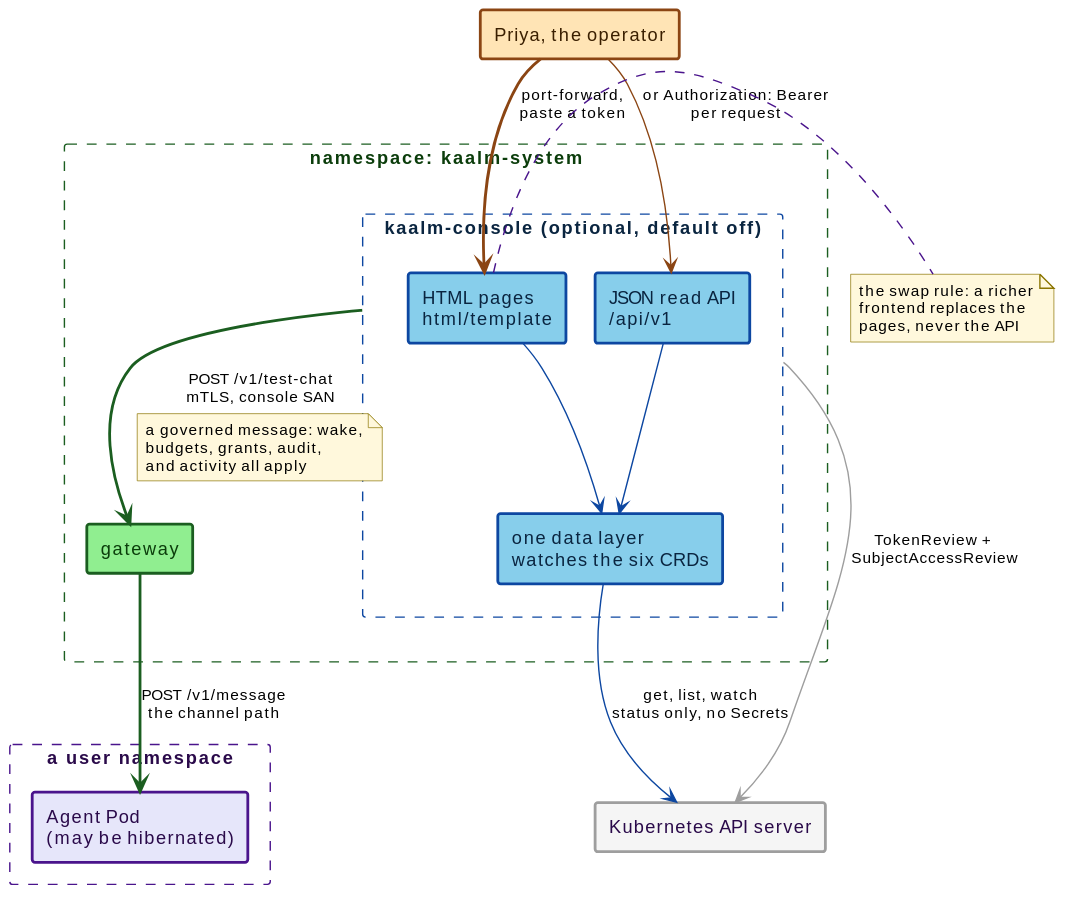
Earlier version of the PlantUML export docs/src/diagrams/console-overview.svg (win07xp/kaalm).
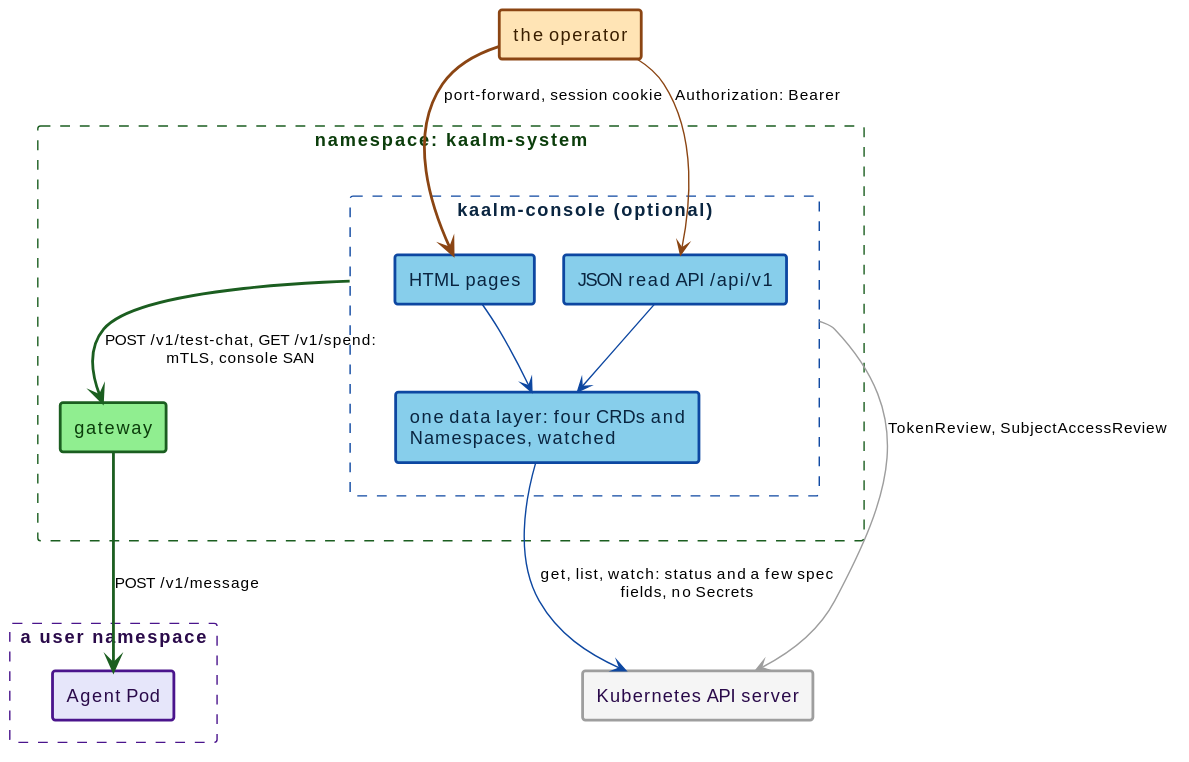
The same diagram one commit later.

Change to the diagram source:
```diff
@@ -1,49 +1,29 @@
 @startuml
 !include _style.puml
-
 skinparam nodesep 20
 skinparam ranksep 36
 skinparam rectangle {
   roundCorner 4
 }
-
-rectangle "Priya, the operator" as priya #back:FFE4B5;line:8B4513;line.bold;text:3a1f00
-
+rectangle "the operator" as priya #back:FFE4B5;line:8B4513;line.bold;text:3a1f00
 rectangle "namespace: kaalm-system" as nssys #line:1B5E20;line.dashed;text:0b3d0b {
-  rectangle "kaalm-console (optional, default off)" as consolebox #line:0D47A1;line.dashed;text:0a2540 {
-    rectangle "HTML pages\nhtml/template" as pages #back:87CEEB;line:0D47A1;line.bold;text:0a2540
-    rectangle "JSON read API\n/api/v1" as api #back:87CEEB;line:0D47A1;line.bold;text:0a2540
-    rectangle "one data layer\nwatches the six CRDs" as data #back:87CEEB;line:0D47A1;line.bold;text:0a2540
+  rectangle "kaalm-console (optional)" as consolebox #line:0D47A1;line.dashed;text:0a2540 {
+    rectangle "HTML pages" as pages #back:87CEEB;line:0D47A1;line.bold;text:0a2540
+    rectangle "JSON read API /api/v1" as api #back:87CEEB;line:0D47A1;line.bold;text:0a2540
+    rectangle "one data layer: four CRDs and Namespaces, watched" as data #back:87CEEB;line:0D47A1;line.bold;text:0a2540
   }
   rectangle "gateway" as gw #back:90EE90;line:1B5E20;line.bold;text:0b3d0b
 }
-
 rectangle "Kubernetes API server" as kube #back:F5F5F5;line:9E9E9E;line.bold;text:2a0a4a
-
 rectangle "a user namespace" as nsuser #line:4A148C;line.dashed;text:2a0a4a {
-  rectangle "Agent Pod\n(may be hibernated)" as agent #back:E6E6FA;line:4A148C;line.bold;text:2a0a4a
+  rectangle "Agent Pod" as agent #back:E6E6FA;line:4A148C;line.bold;text:2a0a4a
 }
-
-priya -[#8B4513,bold]-> pages : port-forward,\npaste a token
-priya -[#8B4513]-> api : or Authorization: Bearer\nper request
-
+priya -[#8B4513,bold]-> pages : port-forward, session cookie
+priya -[#8B4513]-> api : Authorization: Bearer
 pages -[#0D47A1]-> data
 api -[#0D47A1]-> data
-note right of pages
-  the swap rule: a richer
-  frontend replaces the
-  pages, never the API
-end note
-
-data -[#0D47A1]-> kube : get, list, watch\nstatus only, no Secrets
-consolebox -[#9E9E9E]-> kube : TokenReview +\nSubjectAccessReview
-
-consolebox -[#1B5E20,bold]-> gw : POST /v1/test-chat\nmTLS, console SAN
-note on link
-  a governed message: wake,
-  budgets, grants, audit,
-  and activity all apply
-end note
-
-gw -[#1B5E20,bold]-> agent : POST /v1/message\nthe channel path
+data -[#0D47A1]-> kube : get, list, watch: status and a few spec fields, no Secrets
+consolebox -[#9E9E9E]-> kube : TokenReview, SubjectAccessReview
+consolebox -[#1B5E20,bold]-> gw : POST /v1/test-chat, GET /v1/spend: mTLS, console SAN
+gw -[#1B5E20,bold]-> agent : POST /v1/message
 @enduml
```
